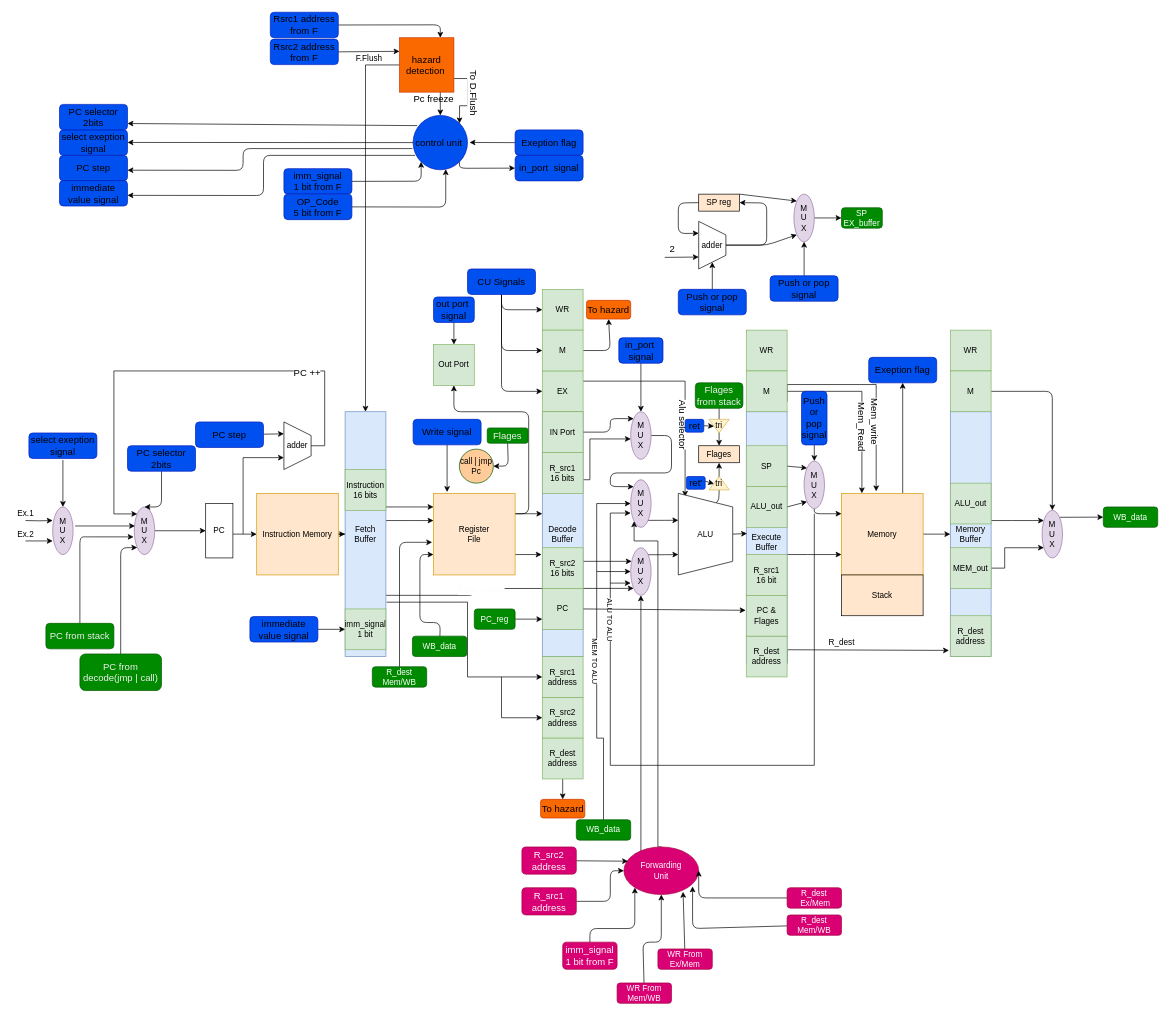
menna15/RISCPiP keeps this draw.io diagram as labeled_Schema.drawio. Above is the earlier version. Source tidied: cells renumbered, new cells numbered last; positions are measured from the earlier drawing's top-left corner, leaving out a move shared by most shapes. Both pictures are drawn from the tidied source at 68%, with x=0, y=0 at pixel (12, 12).
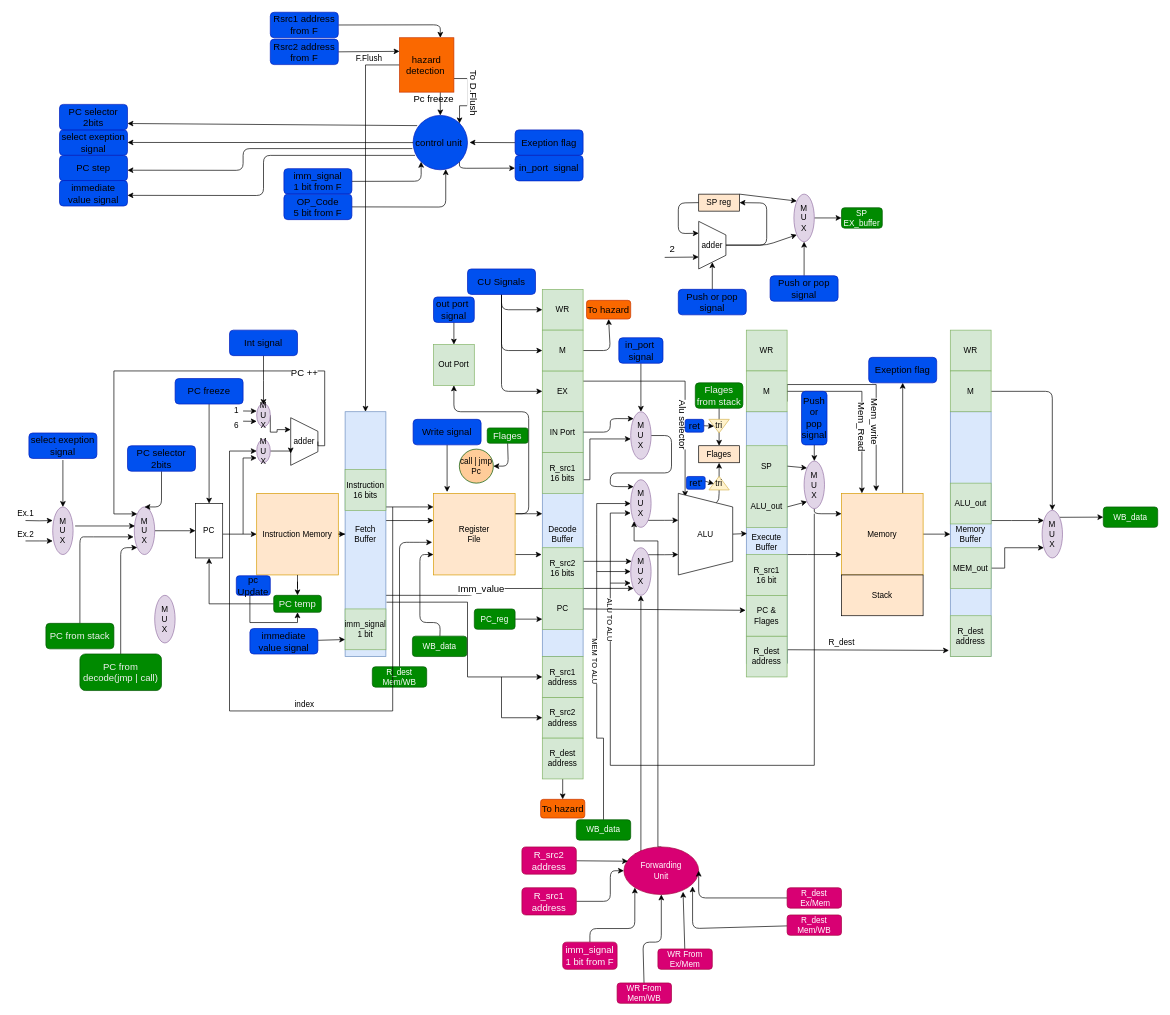
The same page after the edit.

Commit message:
int handle

Unchanged cells that the change refers to:
```xml
<mxCell id="3" value="&lt;font color=&quot;#000000&quot;&gt;Instruction Memory&lt;/font&gt;" style="whiteSpace=wrap;html=1;fillColor=#ffe6cc;strokeColor=#d79b00;" parent="1" vertex="1">
  <mxGeometry x="360" y="708" width="120" height="120" as="geometry" />
</mxCell>
<mxCell id="9" style="edgeStyle=none;html=1;exitX=1;exitY=0.75;exitDx=0;exitDy=0;entryX=0;entryY=1;entryDx=0;entryDy=0;" parent="1" edge="1" source="11" target="38">
  <mxGeometry relative="1" as="geometry">
    <Array as="points">
      <mxPoint x="680" y="858" />
      <mxPoint x="680" y="848" />
    </Array>
  </mxGeometry>
</mxCell>
<mxCell id="67" value="&lt;div&gt;&lt;font color=&quot;#000000&quot;&gt;M&lt;/font&gt;&lt;/div&gt;&lt;div&gt;&lt;font color=&quot;#000000&quot;&gt;U&lt;/font&gt;&lt;/div&gt;&lt;div&gt;&lt;font color=&quot;#000000&quot;&gt;X&lt;/font&gt;&lt;/div&gt;" style="ellipse;whiteSpace=wrap;html=1;fillColor=#e1d5e7;strokeColor=#9673a6;" parent="1" vertex="1">
  <mxGeometry x="180" y="728" width="30" height="70" as="geometry" />
</mxCell>
<mxCell id="103" value="&lt;font color=&quot;#000000&quot;&gt;imm_signal&lt;br&gt;1 bit&lt;br&gt;&lt;/font&gt;" style="whiteSpace=wrap;html=1;fillColor=#d5e8d4;strokeColor=#82b366;" parent="1" vertex="1">
  <mxGeometry x="490" y="878" width="60" height="60" as="geometry" />
</mxCell>
```

Change to the diagram source:
```diff
@@
     <mxCell id="5" value="PC" style="rounded=0;whiteSpace=wrap;html=1;direction=south;" parent="1" vertex="1">
-      <mxGeometry x="285" y="723" width="40" height="80" as="geometry" />
+      <mxGeometry x="270" y="723" width="40" height="80" as="geometry" />
     </mxCell>
@@
-    <mxCell id="10" value="&lt;font color=&quot;#fcfcfc&quot; style=&quot;font-size: 14px&quot;&gt;Imm_value&lt;/font&gt;" style="edgeLabel;html=1;align=center;verticalAlign=middle;" parent="9" vertex="1">
+    <mxCell id="10" value="&lt;font style=&quot;font-size: 14px&quot;&gt;Imm_value&lt;/font&gt;" style="edgeLabel;html=1;align=center;verticalAlign=middle;" parent="9" vertex="1">
       <mxGeometry x="-0.38" y="-3" relative="1" as="geometry">
         <mxPoint x="23" y="-13" as="offset" />
       </mxGeometry>
     </mxCell>
@@
-    <mxCell id="66" style="edgeStyle=orthogonalEdgeStyle;rounded=0;jettySize=auto;html=1;endArrow=classic;endFill=1;" parent="1" edge="1" source="67" target="5">
+    <mxCell id="66" style="edgeStyle=orthogonalEdgeStyle;rounded=0;jettySize=auto;html=1;" parent="1" edge="1" source="67" target="5">
       <mxGeometry relative="1" as="geometry" />
     </mxCell>
@@
-    <mxCell id="68" style="edgeStyle=orthogonalEdgeStyle;rounded=0;jettySize=auto;html=1;exitX=0.75;exitY=1;exitDx=0;exitDy=0;endArrow=classic;endFill=1;entryX=0.75;entryY=1;entryDx=0;entryDy=0;" parent="1" edge="1" target="69">
+    <mxCell id="68" style="edgeStyle=orthogonalEdgeStyle;rounded=0;orthogonalLoop=1;jettySize=auto;html=1;exitX=0.75;exitY=1;exitDx=0;exitDy=0;endArrow=classic;endFill=1;" parent="1" edge="1">
       <mxGeometry relative="1" as="geometry">
         <mxPoint x="340" y="768" as="sourcePoint" />
+        <mxPoint x="360" y="656" as="targetPoint" />
         <Array as="points">
           <mxPoint x="340" y="656" />
         </Array>
       </mxGeometry>
     </mxCell>
     <mxCell id="69" value="adder" style="shape=trapezoid;perimeter=trapezoidPerimeter;whiteSpace=wrap;html=1;fixedSize=1;direction=south;" parent="1" vertex="1">
-      <mxGeometry x="400" y="603" width="40" height="70" as="geometry" />
+      <mxGeometry x="410" y="596.8" width="40" height="70" as="geometry" />
     </mxCell>
@@
-    <mxCell id="142" style="edgeStyle=none;html=1;entryX=0.25;entryY=1;entryDx=0;entryDy=0;" parent="1" edge="1" source="143" target="69">
+    <mxCell id="142" style="edgeStyle=none;html=1;entryX=0;entryY=0.5;entryDx=0;entryDy=0;exitX=0.5;exitY=1;exitDx=0;exitDy=0;" parent="1" edge="1" source="143" target="5">
       <mxGeometry relative="1" as="geometry" />
     </mxCell>
-    <mxCell id="143" value="&lt;span style=&quot;font-size: 14px&quot;&gt;&lt;font color=&quot;#000000&quot;&gt;PC step&lt;/font&gt;&lt;/span&gt;" style="rounded=1;whiteSpace=wrap;html=1;fillColor=#0050ef;strokeColor=#001DBC;fontColor=#ffffff;" parent="1" vertex="1">
-      <mxGeometry x="270" y="603" width="100" height="37.5" as="geometry" />
+    <mxCell id="143" value="&lt;span style=&quot;font-size: 14px&quot;&gt;&lt;font color=&quot;#000000&quot;&gt;PC freeze&lt;/font&gt;&lt;/span&gt;" style="rounded=1;whiteSpace=wrap;html=1;fillColor=#0050ef;strokeColor=#001DBC;fontColor=#ffffff;" parent="1" vertex="1">
+      <mxGeometry x="240" y="539.2" width="100" height="37.5" as="geometry" />
     </mxCell>
-    <mxCell id="144" style="edgeStyle=none;html=1;entryX=0;entryY=0.5;entryDx=0;entryDy=0;" parent="1" edge="1" source="145" target="103">
+    <mxCell id="144" style="edgeStyle=none;html=1;entryX=0;entryY=0.75;entryDx=0;entryDy=0;" parent="1" edge="1" source="145" target="103">
       <mxGeometry relative="1" as="geometry" />
     </mxCell>
     <mxCell id="145" value="&lt;span style=&quot;font-size: 14px&quot;&gt;&lt;font color=&quot;#000000&quot;&gt;immediate value signal&lt;/font&gt;&lt;/span&gt;" style="rounded=1;whiteSpace=wrap;html=1;fillColor=#0050ef;strokeColor=#001DBC;fontColor=#ffffff;" parent="1" vertex="1">
-      <mxGeometry x="350" y="889.2" width="100" height="37.5" as="geometry" />
+      <mxGeometry x="350" y="906.8" width="100" height="37.5" as="geometry" />
     </mxCell>
@@
+    <mxCell id="209" value="&lt;div&gt;&lt;font color=&quot;#000000&quot;&gt;M&lt;/font&gt;&lt;/div&gt;&lt;div&gt;&lt;font color=&quot;#000000&quot;&gt;U&lt;/font&gt;&lt;/div&gt;&lt;div&gt;&lt;font color=&quot;#000000&quot;&gt;X&lt;/font&gt;&lt;/div&gt;" style="ellipse;whiteSpace=wrap;html=1;fillColor=#e1d5e7;strokeColor=#9673a6;" parent="1" vertex="1">
+      <mxGeometry x="210" y="858" width="30" height="70" as="geometry" />
+    </mxCell>
+    <mxCell id="210" style="edgeStyle=orthogonalEdgeStyle;rounded=0;jettySize=auto;html=1;exitX=0;exitY=0.5;exitDx=0;exitDy=0;entryX=0;entryY=0.5;entryDx=0;entryDy=0;" parent="1" edge="1" target="212">
+      <mxGeometry relative="1" as="geometry">
+        <mxPoint x="560" y="728" as="sourcePoint" />
+        <Array as="points">
+          <mxPoint x="320" y="1028" />
+          <mxPoint x="320" y="646" />
+        </Array>
+      </mxGeometry>
+    </mxCell>
+    <mxCell id="211" style="edgeStyle=orthogonalEdgeStyle;rounded=0;jettySize=auto;html=1;exitX=1;exitY=0.5;exitDx=0;exitDy=0;entryX=0.75;entryY=1;entryDx=0;entryDy=0;" parent="1" edge="1" source="212" target="69">
+      <mxGeometry relative="1" as="geometry" />
+    </mxCell>
+    <mxCell id="212" value="&lt;div&gt;&lt;font color=&quot;#000000&quot;&gt;M&lt;/font&gt;&lt;/div&gt;&lt;div&gt;&lt;font color=&quot;#000000&quot;&gt;U&lt;/font&gt;&lt;/div&gt;&lt;div&gt;&lt;font color=&quot;#000000&quot;&gt;X&lt;/font&gt;&lt;/div&gt;" style="ellipse;whiteSpace=wrap;html=1;fillColor=#e1d5e7;strokeColor=#9673a6;" parent="1" vertex="1">
+      <mxGeometry x="360" y="628.6" width="20" height="34.4" as="geometry" />
+    </mxCell>
+    <mxCell id="213" value="index" style="text;html=1;align=center;verticalAlign=middle;fillColor=none;strokeColor=none;rounded=0;" parent="1" vertex="1">
+      <mxGeometry x="410" y="1008" width="40" height="20" as="geometry" />
+    </mxCell>
+    <mxCell id="214" style="edgeStyle=orthogonalEdgeStyle;rounded=0;jettySize=auto;html=1;exitX=1;exitY=0.5;exitDx=0;exitDy=0;entryX=0.25;entryY=1;entryDx=0;entryDy=0;" parent="1" edge="1" source="215" target="69">
+      <mxGeometry relative="1" as="geometry">
+        <Array as="points">
+          <mxPoint x="380" y="618" />
+          <mxPoint x="390" y="618" />
+          <mxPoint x="390" y="614" />
+        </Array>
+      </mxGeometry>
+    </mxCell>
+    <mxCell id="215" value="&lt;div&gt;&lt;font color=&quot;#000000&quot;&gt;M&lt;/font&gt;&lt;/div&gt;&lt;div&gt;&lt;font color=&quot;#000000&quot;&gt;U&lt;/font&gt;&lt;/div&gt;&lt;div&gt;&lt;font color=&quot;#000000&quot;&gt;X&lt;/font&gt;&lt;/div&gt;" style="ellipse;whiteSpace=wrap;html=1;fillColor=#e1d5e7;strokeColor=#9673a6;" parent="1" vertex="1">
+      <mxGeometry x="360" y="575.8" width="20" height="34.4" as="geometry" />
+    </mxCell>
+    <mxCell id="216" value="1&lt;br&gt;" style="text;html=1;align=center;verticalAlign=middle;fillColor=none;strokeColor=none;rounded=0;" parent="1" vertex="1">
+      <mxGeometry x="320" y="576.8" width="20" height="20" as="geometry" />
+    </mxCell>
+    <mxCell id="217" style="endArrow=classic;html=1;rounded=0;" parent="1" edge="1">
+      <mxGeometry relative="1" as="geometry">
+        <mxPoint x="340" y="586.9" as="sourcePoint" />
+        <mxPoint x="360" y="587.1" as="targetPoint" />
+      </mxGeometry>
+    </mxCell>
+    <mxCell id="218" value="6" style="text;html=1;align=center;verticalAlign=middle;fillColor=none;strokeColor=none;rounded=0;" parent="1" vertex="1">
+      <mxGeometry x="320" y="598" width="20" height="20" as="geometry" />
+    </mxCell>
+    <mxCell id="219" style="endArrow=classic;html=1;rounded=0;" parent="1" edge="1">
+      <mxGeometry relative="1" as="geometry">
+        <mxPoint x="340" y="601.9" as="sourcePoint" />
+        <mxPoint x="360" y="602.1" as="targetPoint" />
+      </mxGeometry>
+    </mxCell>
+    <mxCell id="220" style="edgeStyle=orthogonalEdgeStyle;rounded=0;jettySize=auto;html=1;exitX=0.5;exitY=1;exitDx=0;exitDy=0;" parent="1" edge="1" source="221">
+      <mxGeometry relative="1" as="geometry">
+        <mxPoint x="370" y="578" as="targetPoint" />
+      </mxGeometry>
+    </mxCell>
+    <mxCell id="221" value="&lt;span style=&quot;font-size: 14px&quot;&gt;&lt;font color=&quot;#000000&quot;&gt;Int signal&lt;/font&gt;&lt;/span&gt;" style="rounded=1;whiteSpace=wrap;html=1;fillColor=#0050ef;strokeColor=#001DBC;fontColor=#ffffff;" parent="1" vertex="1">
+      <mxGeometry x="320" y="468" width="100" height="37.5" as="geometry" />
+    </mxCell>
+    <mxCell id="222" style="edgeStyle=orthogonalEdgeStyle;rounded=0;jettySize=auto;html=1;" parent="1" edge="1" source="3" target="224">
+      <mxGeometry relative="1" as="geometry" />
+    </mxCell>
+    <mxCell id="223" style="edgeStyle=orthogonalEdgeStyle;rounded=0;jettySize=auto;html=1;exitX=0;exitY=0.5;exitDx=0;exitDy=0;entryX=1;entryY=0.5;entryDx=0;entryDy=0;" parent="1" edge="1" source="224" target="5">
+      <mxGeometry relative="1" as="geometry" />
+    </mxCell>
+    <mxCell id="224" value="&lt;span style=&quot;color: rgb(240 , 240 , 240) ; font-size: 14px&quot;&gt;PC temp&lt;/span&gt;" style="rounded=1;whiteSpace=wrap;html=1;fillColor=#008a00;strokeColor=#005700;fontColor=#ffffff;" parent="1" vertex="1">
+      <mxGeometry x="385" y="858" width="70" height="25" as="geometry" />
+    </mxCell>
+    <mxCell id="225" style="edgeStyle=orthogonalEdgeStyle;rounded=0;jettySize=auto;html=1;exitX=0.5;exitY=1;exitDx=0;exitDy=0;entryX=0.5;entryY=1;entryDx=0;entryDy=0;" parent="1" edge="1" source="226" target="224">
+      <mxGeometry relative="1" as="geometry">
+        <Array as="points">
+          <mxPoint x="350" y="858" />
+          <mxPoint x="350" y="898" />
+          <mxPoint x="420" y="898" />
+        </Array>
+      </mxGeometry>
+    </mxCell>
+    <mxCell id="226" value="&lt;span style=&quot;font-size: 14px&quot;&gt;&lt;font color=&quot;#000000&quot;&gt;pc Update&lt;/font&gt;&lt;/span&gt;" style="rounded=1;whiteSpace=wrap;html=1;fillColor=#0050ef;strokeColor=#001DBC;fontColor=#ffffff;" parent="1" vertex="1">
+      <mxGeometry x="330" y="829.2" width="50" height="28.8" as="geometry" />
+    </mxCell>
```
